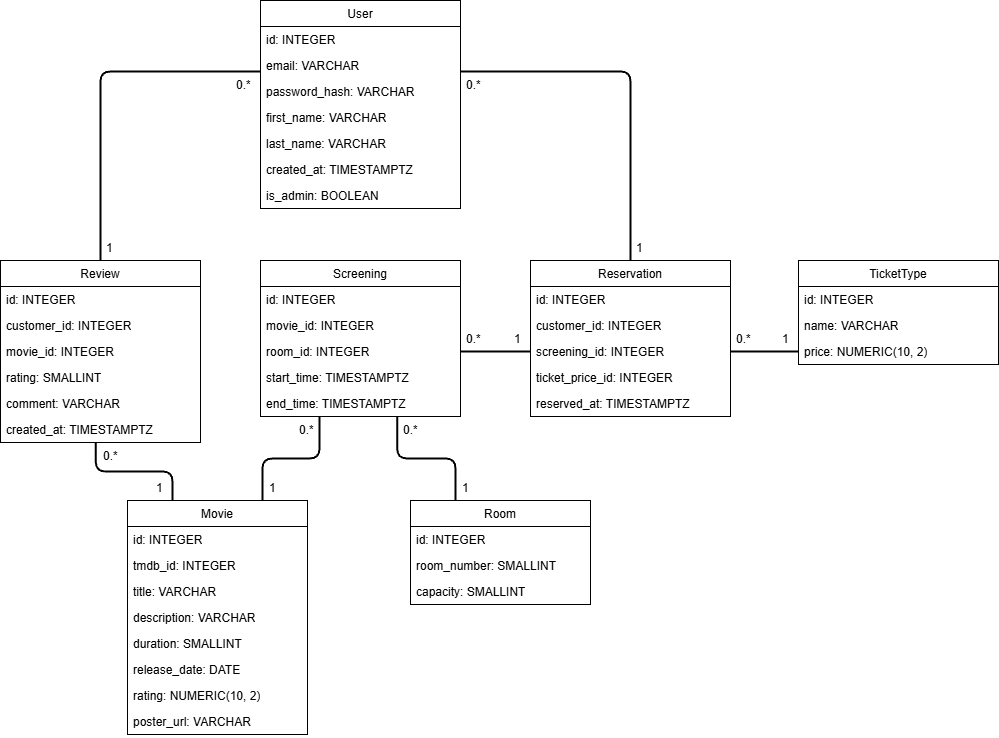
This is doc/data_model.png from mdeniard/ensai-it-project-2a-team-4, a draw.io export, as it was before one commit. Source tidied: cells renumbered, new cells last; positions are measured from the earlier drawing's top-left corner, leaving out a move shared by most shapes. Source of this version:
```xml
<mxGraphModel background="#ffffff">
  <root>
    <mxCell id="0" />
    <mxCell id="1" parent="0" />
    <mxCell id="2" value="User" style="swimlane;fontStyle=0;horizontal=1;startSize=26;fillColor=none;rounded=0;shadow=0;sketch=0;" parent="1" vertex="1">
      <mxGeometry x="260" width="200" height="208" as="geometry" />
    </mxCell>
    <mxCell id="3" value="id: INTEGER" style="text;strokeColor=none;fillColor=none;align=left;verticalAlign=top;spacingLeft=4;spacingRight=4;overflow=hidden;whiteSpace=wrap;html=1;" parent="2" vertex="1">
      <mxGeometry y="26" width="200" height="26" as="geometry" />
    </mxCell>
    <mxCell id="4" value="email: VARCHAR" style="text;strokeColor=none;fillColor=none;align=left;verticalAlign=top;spacingLeft=4;spacingRight=4;overflow=hidden;whiteSpace=wrap;html=1;" parent="2" vertex="1">
      <mxGeometry y="52" width="200" height="26" as="geometry" />
    </mxCell>
    <mxCell id="5" value="password_hash: VARCHAR" style="text;strokeColor=none;fillColor=none;align=left;verticalAlign=top;spacingLeft=4;spacingRight=4;overflow=hidden;whiteSpace=wrap;html=1;" parent="2" vertex="1">
      <mxGeometry y="78" width="200" height="26" as="geometry" />
    </mxCell>
    <mxCell id="6" value="first_name: VARCHAR" style="text;strokeColor=none;fillColor=none;align=left;verticalAlign=top;spacingLeft=4;spacingRight=4;overflow=hidden;whiteSpace=wrap;html=1;" parent="2" vertex="1">
      <mxGeometry y="104" width="200" height="26" as="geometry" />
    </mxCell>
    <mxCell id="7" value="last_name: VARCHAR" style="text;strokeColor=none;fillColor=none;align=left;verticalAlign=top;spacingLeft=4;spacingRight=4;overflow=hidden;whiteSpace=wrap;html=1;" parent="2" vertex="1">
      <mxGeometry y="130" width="200" height="26" as="geometry" />
    </mxCell>
    <mxCell id="8" value="created_at: TIMESTAMPTZ" style="text;strokeColor=none;fillColor=none;align=left;verticalAlign=top;spacingLeft=4;spacingRight=4;overflow=hidden;whiteSpace=wrap;html=1;" parent="2" vertex="1">
      <mxGeometry y="156" width="200" height="26" as="geometry" />
    </mxCell>
    <mxCell id="9" value="is_admin: BOOLEAN" style="text;strokeColor=none;fillColor=none;align=left;verticalAlign=top;spacingLeft=4;spacingRight=4;overflow=hidden;whiteSpace=wrap;html=1;" parent="2" vertex="1">
      <mxGeometry y="182" width="200" height="26" as="geometry" />
    </mxCell>
    <mxCell id="10" style="edgeStyle=orthogonalEdgeStyle;html=1;exitX=0.5;exitY=0;exitDx=0;exitDy=0;entryX=0;entryY=0.5;entryDx=0;entryDy=0;strokeWidth=2;endArrow=none;endFill=0;" parent="1" edge="1" source="11">
      <mxGeometry relative="1" as="geometry">
        <mxPoint x="260" y="71" as="targetPoint" />
        <Array as="points">
          <mxPoint x="100" y="71" />
        </Array>
      </mxGeometry>
    </mxCell>
    <mxCell id="11" value="Review" style="swimlane;fontStyle=0;horizontal=1;startSize=26;fillColor=none;rounded=0;shadow=0;sketch=0;" parent="1" vertex="1">
      <mxGeometry y="260" width="200" height="182" as="geometry" />
    </mxCell>
    <mxCell id="12" value="id: INTEGER" style="text;strokeColor=none;fillColor=none;align=left;verticalAlign=top;spacingLeft=4;spacingRight=4;overflow=hidden;whiteSpace=wrap;html=1;" parent="11" vertex="1">
      <mxGeometry y="26" width="200" height="26" as="geometry" />
    </mxCell>
    <mxCell id="13" value="customer_id: INTEGER" style="text;strokeColor=none;fillColor=none;align=left;verticalAlign=top;spacingLeft=4;spacingRight=4;overflow=hidden;whiteSpace=wrap;html=1;" parent="11" vertex="1">
      <mxGeometry y="52" width="200" height="26" as="geometry" />
    </mxCell>
    <mxCell id="14" value="movie_id: INTEGER" style="text;strokeColor=none;fillColor=none;align=left;verticalAlign=top;spacingLeft=4;spacingRight=4;overflow=hidden;whiteSpace=wrap;html=1;" parent="11" vertex="1">
      <mxGeometry y="78" width="200" height="26" as="geometry" />
    </mxCell>
    <mxCell id="15" value="rating: SMALLINT" style="text;strokeColor=none;fillColor=none;align=left;verticalAlign=top;spacingLeft=4;spacingRight=4;overflow=hidden;whiteSpace=wrap;html=1;" parent="11" vertex="1">
      <mxGeometry y="104" width="200" height="26" as="geometry" />
    </mxCell>
    <mxCell id="16" value="comment: VARCHAR" style="text;strokeColor=none;fillColor=none;align=left;verticalAlign=top;spacingLeft=4;spacingRight=4;overflow=hidden;whiteSpace=wrap;html=1;" parent="11" vertex="1">
      <mxGeometry y="130" width="200" height="26" as="geometry" />
    </mxCell>
    <mxCell id="17" value="created_at: TIMESTAMPTZ" style="text;strokeColor=none;fillColor=none;align=left;verticalAlign=top;spacingLeft=4;spacingRight=4;overflow=hidden;points=[[0,0.5],[1,0.5]];portConstraint=eastwest;whiteSpace=wrap;html=1;" parent="11" vertex="1">
      <mxGeometry y="156" width="200" height="26" as="geometry" />
    </mxCell>
    <mxCell id="18" value="Screening" style="swimlane;fontStyle=0;horizontal=1;startSize=26;fillColor=none;rounded=0;shadow=0;sketch=0;" parent="1" vertex="1">
      <mxGeometry x="260" y="260" width="200" height="156" as="geometry" />
    </mxCell>
    <mxCell id="19" value="id: INTEGER" style="text;strokeColor=none;fillColor=none;align=left;verticalAlign=top;spacingLeft=4;spacingRight=4;overflow=hidden;whiteSpace=wrap;html=1;" parent="18" vertex="1">
      <mxGeometry y="26" width="200" height="26" as="geometry" />
    </mxCell>
    <mxCell id="20" value="movie_id: INTEGER" style="text;strokeColor=none;fillColor=none;align=left;verticalAlign=top;spacingLeft=4;spacingRight=4;overflow=hidden;whiteSpace=wrap;html=1;" parent="18" vertex="1">
      <mxGeometry y="52" width="200" height="26" as="geometry" />
    </mxCell>
    <mxCell id="21" value="room_id: INTEGER" style="text;strokeColor=none;fillColor=none;align=left;verticalAlign=top;spacingLeft=4;spacingRight=4;overflow=hidden;points=[[0,0.5],[1,0.5]];portConstraint=eastwest;whiteSpace=wrap;html=1;" parent="18" vertex="1">
      <mxGeometry y="78" width="200" height="26" as="geometry" />
    </mxCell>
    <mxCell id="22" value="start_time: TIMESTAMPTZ" style="text;strokeColor=none;fillColor=none;align=left;verticalAlign=top;spacingLeft=4;spacingRight=4;overflow=hidden;whiteSpace=wrap;html=1;" parent="18" vertex="1">
      <mxGeometry y="104" width="200" height="26" as="geometry" />
    </mxCell>
    <mxCell id="23" value="end_time: TIMESTAMPTZ" style="text;strokeColor=none;fillColor=none;align=left;verticalAlign=top;spacingLeft=4;spacingRight=4;overflow=hidden;points=[[0,0.5],[1,0.5]];portConstraint=eastwest;whiteSpace=wrap;html=1;" parent="18" vertex="1">
      <mxGeometry y="130" width="200" height="26" as="geometry" />
    </mxCell>
    <mxCell id="24" value="Reservation" style="swimlane;fontStyle=0;horizontal=1;startSize=26;fillColor=none;rounded=0;shadow=0;sketch=0;" parent="1" vertex="1">
      <mxGeometry x="530" y="260" width="200" height="156" as="geometry" />
    </mxCell>
    <mxCell id="25" value="id: INTEGER" style="text;strokeColor=none;fillColor=none;align=left;verticalAlign=top;spacingLeft=4;spacingRight=4;overflow=hidden;whiteSpace=wrap;html=1;" parent="24" vertex="1">
      <mxGeometry y="26" width="200" height="26" as="geometry" />
    </mxCell>
    <mxCell id="26" value="customer_id: INTEGER" style="text;strokeColor=none;fillColor=none;align=left;verticalAlign=top;spacingLeft=4;spacingRight=4;overflow=hidden;whiteSpace=wrap;html=1;" parent="24" vertex="1">
      <mxGeometry y="52" width="200" height="26" as="geometry" />
    </mxCell>
    <mxCell id="27" value="screening_id: INTEGER" style="text;strokeColor=none;fillColor=none;align=left;verticalAlign=top;spacingLeft=4;spacingRight=4;overflow=hidden;points=[[0,0.5],[1,0.5]];portConstraint=eastwest;whiteSpace=wrap;html=1;" parent="24" vertex="1">
      <mxGeometry y="78" width="200" height="26" as="geometry" />
    </mxCell>
    <mxCell id="28" value="ticket_price_id: INTEGER" style="text;strokeColor=none;fillColor=none;align=left;verticalAlign=top;spacingLeft=4;spacingRight=4;overflow=hidden;whiteSpace=wrap;html=1;" parent="24" vertex="1">
      <mxGeometry y="104" width="200" height="26" as="geometry" />
    </mxCell>
    <mxCell id="29" value="reserved_at: TIMESTAMPTZ" style="text;strokeColor=none;fillColor=none;align=left;verticalAlign=top;spacingLeft=4;spacingRight=4;overflow=hidden;whiteSpace=wrap;html=1;" parent="24" vertex="1">
      <mxGeometry y="130" width="200" height="26" as="geometry" />
    </mxCell>
    <mxCell id="30" style="edgeStyle=orthogonalEdgeStyle;html=1;exitX=0.25;exitY=0;exitDx=0;exitDy=0;entryX=0.684;entryY=0.983;entryDx=0;entryDy=0;entryPerimeter=0;strokeWidth=2;endArrow=none;endFill=0;" parent="1" edge="1" source="31" target="23">
      <mxGeometry relative="1" as="geometry" />
    </mxCell>
    <mxCell id="31" value="Room" style="swimlane;fontStyle=0;horizontal=1;startSize=26;fillColor=none;rounded=0;shadow=0;sketch=0;" parent="1" vertex="1">
      <mxGeometry x="410" y="500" width="180" height="104" as="geometry" />
    </mxCell>
    <mxCell id="32" value="id: INTEGER" style="text;strokeColor=none;fillColor=none;align=left;verticalAlign=top;spacingLeft=4;spacingRight=4;overflow=hidden;whiteSpace=wrap;html=1;" parent="31" vertex="1">
      <mxGeometry y="26" width="180" height="26" as="geometry" />
    </mxCell>
    <mxCell id="33" value="room_number: SMALLINT" style="text;strokeColor=none;fillColor=none;align=left;verticalAlign=top;spacingLeft=4;spacingRight=4;overflow=hidden;whiteSpace=wrap;html=1;" parent="31" vertex="1">
      <mxGeometry y="52" width="180" height="26" as="geometry" />
    </mxCell>
    <mxCell id="34" value="capacity: SMALLINT" style="text;strokeColor=none;fillColor=none;align=left;verticalAlign=top;spacingLeft=4;spacingRight=4;overflow=hidden;whiteSpace=wrap;html=1;" parent="31" vertex="1">
      <mxGeometry y="78" width="180" height="26" as="geometry" />
    </mxCell>
    <mxCell id="35" style="edgeStyle=orthogonalEdgeStyle;html=1;exitX=1;exitY=0.5;exitDx=0;exitDy=0;entryX=0.5;entryY=0;entryDx=0;entryDy=0;strokeWidth=2;endArrow=none;endFill=0;" parent="1" edge="1" target="24">
      <mxGeometry relative="1" as="geometry">
        <mxPoint x="460" y="71" as="sourcePoint" />
      </mxGeometry>
    </mxCell>
    <mxCell id="36" style="edgeStyle=orthogonalEdgeStyle;html=1;exitX=0.75;exitY=0;exitDx=0;exitDy=0;strokeWidth=2;endArrow=none;endFill=0;entryX=0.295;entryY=0.983;entryDx=0;entryDy=0;entryPerimeter=0;" parent="1" edge="1" source="38" target="23">
      <mxGeometry relative="1" as="geometry" />
    </mxCell>
    <mxCell id="37" style="edgeStyle=orthogonalEdgeStyle;html=1;exitX=0.25;exitY=0;exitDx=0;exitDy=0;entryX=0.476;entryY=0.982;entryDx=0;entryDy=0;entryPerimeter=0;strokeWidth=2;endArrow=none;endFill=0;" parent="1" edge="1" source="38" target="17">
      <mxGeometry relative="1" as="geometry" />
    </mxCell>
    <mxCell id="38" value="Movie" style="swimlane;fontStyle=0;horizontal=1;startSize=26;fillColor=none;rounded=0;shadow=0;sketch=0;" parent="1" vertex="1">
      <mxGeometry x="127" y="500" width="180" height="234" as="geometry" />
    </mxCell>
    <mxCell id="39" value="id: INTEGER" style="text;strokeColor=none;fillColor=none;align=left;verticalAlign=top;spacingLeft=4;spacingRight=4;overflow=hidden;whiteSpace=wrap;html=1;" parent="38" vertex="1">
      <mxGeometry y="26" width="180" height="26" as="geometry" />
    </mxCell>
    <mxCell id="40" value="tmdb_id: INTEGER" style="text;strokeColor=none;fillColor=none;align=left;verticalAlign=top;spacingLeft=4;spacingRight=4;overflow=hidden;whiteSpace=wrap;html=1;" parent="38" vertex="1">
      <mxGeometry y="52" width="180" height="26" as="geometry" />
    </mxCell>
    <mxCell id="41" value="title: VARCHAR" style="text;strokeColor=none;fillColor=none;align=left;verticalAlign=top;spacingLeft=4;spacingRight=4;overflow=hidden;whiteSpace=wrap;html=1;" parent="38" vertex="1">
      <mxGeometry y="78" width="180" height="26" as="geometry" />
    </mxCell>
    <mxCell id="42" value="description: VARCHAR" style="text;strokeColor=none;fillColor=none;align=left;verticalAlign=top;spacingLeft=4;spacingRight=4;overflow=hidden;whiteSpace=wrap;html=1;" parent="38" vertex="1">
      <mxGeometry y="104" width="180" height="26" as="geometry" />
    </mxCell>
    <mxCell id="43" value="duration: SMALLINT" style="text;strokeColor=none;fillColor=none;align=left;verticalAlign=top;spacingLeft=4;spacingRight=4;overflow=hidden;whiteSpace=wrap;html=1;" parent="38" vertex="1">
      <mxGeometry y="130" width="180" height="26" as="geometry" />
    </mxCell>
    <mxCell id="44" value="release_date: DATE" style="text;strokeColor=none;fillColor=none;align=left;verticalAlign=top;spacingLeft=4;spacingRight=4;overflow=hidden;whiteSpace=wrap;html=1;" parent="38" vertex="1">
      <mxGeometry y="156" width="180" height="26" as="geometry" />
    </mxCell>
    <mxCell id="45" value="rating: NUMERIC(10, 2)" style="text;strokeColor=none;fillColor=none;align=left;verticalAlign=top;spacingLeft=4;spacingRight=4;overflow=hidden;whiteSpace=wrap;html=1;" parent="38" vertex="1">
      <mxGeometry y="182" width="180" height="26" as="geometry" />
    </mxCell>
    <mxCell id="46" value="poster_url: VARCHAR" style="text;strokeColor=none;fillColor=none;align=left;verticalAlign=top;spacingLeft=4;spacingRight=4;overflow=hidden;whiteSpace=wrap;html=1;" parent="38" vertex="1">
      <mxGeometry y="208" width="180" height="26" as="geometry" />
    </mxCell>
    <mxCell id="47" style="edgeStyle=orthogonalEdgeStyle;html=1;exitX=1;exitY=0.5;exitDx=0;exitDy=0;entryX=0;entryY=0.5;entryDx=0;entryDy=0;strokeWidth=2;endArrow=none;endFill=0;" parent="1" edge="1" source="21" target="27">
      <mxGeometry relative="1" as="geometry" />
    </mxCell>
    <mxCell id="48" value="0.*" style="text;strokeColor=none;fillColor=none;align=left;verticalAlign=top;spacingLeft=4;spacingRight=4;overflow=hidden;rounded=0;shadow=0;sketch=0;" parent="1" vertex="1">
      <mxGeometry x="97" y="442" width="30" height="26" as="geometry" />
    </mxCell>
    <mxCell id="49" value="1" style="text;strokeColor=none;fillColor=none;align=left;verticalAlign=top;spacingLeft=4;spacingRight=4;overflow=hidden;rounded=0;shadow=0;sketch=0;" parent="1" vertex="1">
      <mxGeometry x="150" y="474" width="30" height="26" as="geometry" />
    </mxCell>
    <mxCell id="50" value="1" style="text;strokeColor=none;fillColor=none;align=left;verticalAlign=top;spacingLeft=4;spacingRight=4;overflow=hidden;rounded=0;shadow=0;sketch=0;" parent="1" vertex="1">
      <mxGeometry x="263" y="474" width="30" height="26" as="geometry" />
    </mxCell>
    <mxCell id="51" value="0.*" style="text;strokeColor=none;fillColor=none;align=left;verticalAlign=top;spacingLeft=4;spacingRight=4;overflow=hidden;rounded=0;shadow=0;sketch=0;" parent="1" vertex="1">
      <mxGeometry x="293" y="416" width="30" height="26" as="geometry" />
    </mxCell>
    <mxCell id="52" value="1" style="text;strokeColor=none;fillColor=none;align=left;verticalAlign=top;spacingLeft=4;spacingRight=4;overflow=hidden;rounded=0;shadow=0;sketch=0;" parent="1" vertex="1">
      <mxGeometry x="100" y="234" width="30" height="26" as="geometry" />
    </mxCell>
    <mxCell id="53" value="0.*" style="text;strokeColor=none;fillColor=none;align=left;verticalAlign=top;spacingLeft=4;spacingRight=4;overflow=hidden;rounded=0;shadow=0;sketch=0;" parent="1" vertex="1">
      <mxGeometry x="230" y="71" width="30" height="26" as="geometry" />
    </mxCell>
    <mxCell id="54" value="1" style="text;strokeColor=none;fillColor=none;align=left;verticalAlign=top;spacingLeft=4;spacingRight=4;overflow=hidden;rounded=0;shadow=0;sketch=0;" parent="1" vertex="1">
      <mxGeometry x="630" y="234" width="30" height="26" as="geometry" />
    </mxCell>
    <mxCell id="55" value="0.*" style="text;strokeColor=none;fillColor=none;align=left;verticalAlign=top;spacingLeft=4;spacingRight=4;overflow=hidden;rounded=0;shadow=0;sketch=0;" parent="1" vertex="1">
      <mxGeometry x="460" y="71" width="30" height="26" as="geometry" />
    </mxCell>
    <mxCell id="56" value="0.*" style="text;strokeColor=none;fillColor=none;align=left;verticalAlign=top;spacingLeft=4;spacingRight=4;overflow=hidden;rounded=0;shadow=0;sketch=0;" parent="1" vertex="1">
      <mxGeometry x="397" y="416" width="30" height="26" as="geometry" />
    </mxCell>
    <mxCell id="57" value="1" style="text;strokeColor=none;fillColor=none;align=left;verticalAlign=top;spacingLeft=4;spacingRight=4;overflow=hidden;rounded=0;shadow=0;sketch=0;" parent="1" vertex="1">
      <mxGeometry x="456" y="474" width="30" height="26" as="geometry" />
    </mxCell>
    <mxCell id="58" value="0.*" style="text;strokeColor=none;fillColor=none;align=left;verticalAlign=top;spacingLeft=4;spacingRight=4;overflow=hidden;rounded=0;shadow=0;sketch=0;" parent="1" vertex="1">
      <mxGeometry x="460" y="325" width="30" height="26" as="geometry" />
    </mxCell>
    <mxCell id="59" value="1" style="text;strokeColor=none;fillColor=none;align=left;verticalAlign=top;spacingLeft=4;spacingRight=4;overflow=hidden;rounded=0;shadow=0;sketch=0;" parent="1" vertex="1">
      <mxGeometry x="508" y="325" width="22" height="26" as="geometry" />
    </mxCell>
    <mxCell id="60" value="TicketType" style="swimlane;fontStyle=0;horizontal=1;startSize=26;fillColor=none;rounded=0;shadow=0;sketch=0;" parent="1" vertex="1">
      <mxGeometry x="798" y="260" width="200" height="104" as="geometry" />
    </mxCell>
    <mxCell id="61" value="id: INTEGER" style="text;strokeColor=none;fillColor=none;align=left;verticalAlign=top;spacingLeft=4;spacingRight=4;overflow=hidden;whiteSpace=wrap;html=1;" parent="60" vertex="1">
      <mxGeometry y="26" width="200" height="26" as="geometry" />
    </mxCell>
    <mxCell id="62" value="name: VARCHAR" style="text;strokeColor=none;fillColor=none;align=left;verticalAlign=top;spacingLeft=4;spacingRight=4;overflow=hidden;whiteSpace=wrap;html=1;" parent="60" vertex="1">
      <mxGeometry y="52" width="200" height="26" as="geometry" />
    </mxCell>
    <mxCell id="63" value="price: NUMERIC(10, 2)" style="text;strokeColor=none;fillColor=none;align=left;verticalAlign=top;spacingLeft=4;spacingRight=4;overflow=hidden;points=[[0,0.5],[1,0.5]];portConstraint=eastwest;whiteSpace=wrap;html=1;" parent="60" vertex="1">
      <mxGeometry y="78" width="200" height="26" as="geometry" />
    </mxCell>
    <mxCell id="64" style="edgeStyle=none;html=1;exitX=1;exitY=0.5;exitDx=0;exitDy=0;strokeWidth=2;endArrow=none;endFill=0;entryX=0;entryY=0.5;entryDx=0;entryDy=0;" parent="1" edge="1" source="27" target="63">
      <mxGeometry relative="1" as="geometry" />
    </mxCell>
    <mxCell id="65" value="1" style="text;strokeColor=none;fillColor=none;align=left;verticalAlign=top;spacingLeft=4;spacingRight=4;overflow=hidden;rounded=0;shadow=0;sketch=0;" parent="1" vertex="1">
      <mxGeometry x="776" y="325" width="22" height="26" as="geometry" />
    </mxCell>
    <mxCell id="66" value="0.*" style="text;strokeColor=none;fillColor=none;align=left;verticalAlign=top;spacingLeft=4;spacingRight=4;overflow=hidden;rounded=0;shadow=0;sketch=0;" parent="1" vertex="1">
      <mxGeometry x="730" y="325" width="29" height="26" as="geometry" />
    </mxCell>
  </root>
</mxGraphModel>
```
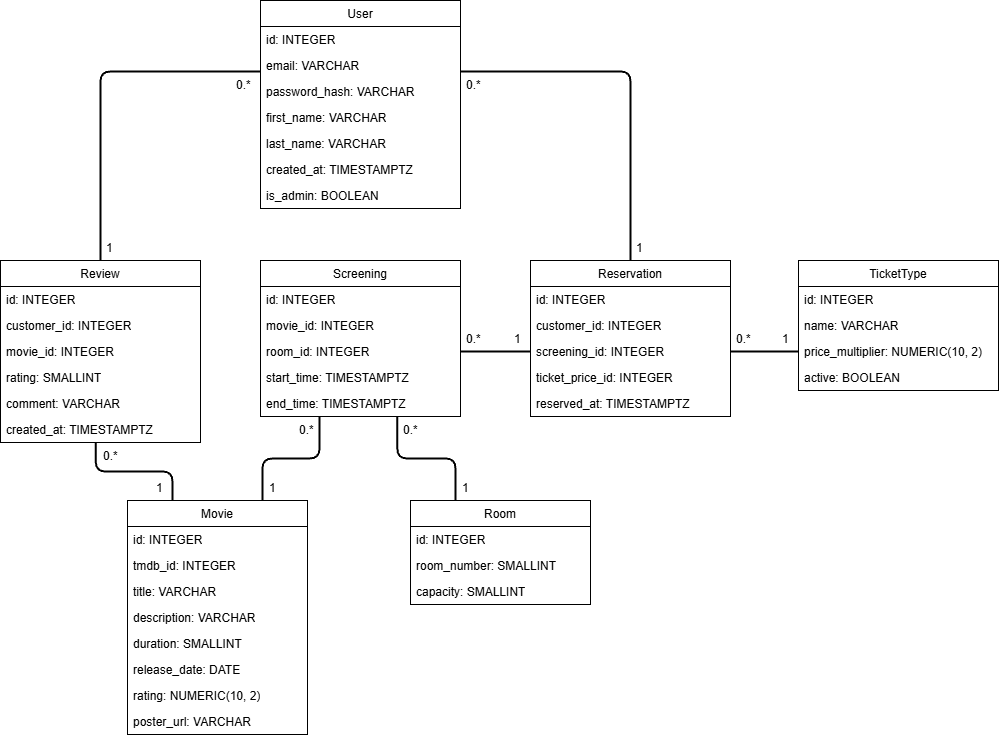
After the commit.

Commit message:
updated data model and class diagram

Diff of the diagram source:
```diff
@@ -184,7 +184,7 @@
       <mxGeometry x="508" y="325" width="22" height="26" as="geometry" />
     </mxCell>
     <mxCell id="60" value="TicketType" style="swimlane;fontStyle=0;horizontal=1;startSize=26;fillColor=none;rounded=0;shadow=0;sketch=0;" parent="1" vertex="1">
-      <mxGeometry x="798" y="260" width="200" height="104" as="geometry" />
+      <mxGeometry x="798" y="260" width="200" height="130" as="geometry" />
     </mxCell>
     <mxCell id="61" value="id: INTEGER" style="text;strokeColor=none;fillColor=none;align=left;verticalAlign=top;spacingLeft=4;spacingRight=4;overflow=hidden;whiteSpace=wrap;html=1;" parent="60" vertex="1">
       <mxGeometry y="26" width="200" height="26" as="geometry" />
@@ -192,9 +192,12 @@
     <mxCell id="62" value="name: VARCHAR" style="text;strokeColor=none;fillColor=none;align=left;verticalAlign=top;spacingLeft=4;spacingRight=4;overflow=hidden;whiteSpace=wrap;html=1;" parent="60" vertex="1">
       <mxGeometry y="52" width="200" height="26" as="geometry" />
     </mxCell>
-    <mxCell id="63" value="price: NUMERIC(10, 2)" style="text;strokeColor=none;fillColor=none;align=left;verticalAlign=top;spacingLeft=4;spacingRight=4;overflow=hidden;points=[[0,0.5],[1,0.5]];portConstraint=eastwest;whiteSpace=wrap;html=1;" parent="60" vertex="1">
+    <mxCell id="63" value="price_multiplier: NUMERIC(10, 2)" style="text;strokeColor=none;fillColor=none;align=left;verticalAlign=top;spacingLeft=4;spacingRight=4;overflow=hidden;points=[[0,0.5],[1,0.5]];portConstraint=eastwest;whiteSpace=wrap;html=1;" parent="60" vertex="1">
       <mxGeometry y="78" width="200" height="26" as="geometry" />
     </mxCell>
+    <mxCell id="67" value="active: BOOLEAN" style="text;strokeColor=none;fillColor=none;align=left;verticalAlign=top;spacingLeft=4;spacingRight=4;overflow=hidden;" parent="60" vertex="1">
+      <mxGeometry y="104" width="200" height="26" as="geometry" />
+    </mxCell>
     <mxCell id="64" style="edgeStyle=none;html=1;exitX=1;exitY=0.5;exitDx=0;exitDy=0;strokeWidth=2;endArrow=none;endFill=0;entryX=0;entryY=0.5;entryDx=0;entryDy=0;" parent="1" edge="1" source="27" target="63">
       <mxGeometry relative="1" as="geometry" />
     </mxCell>
```
